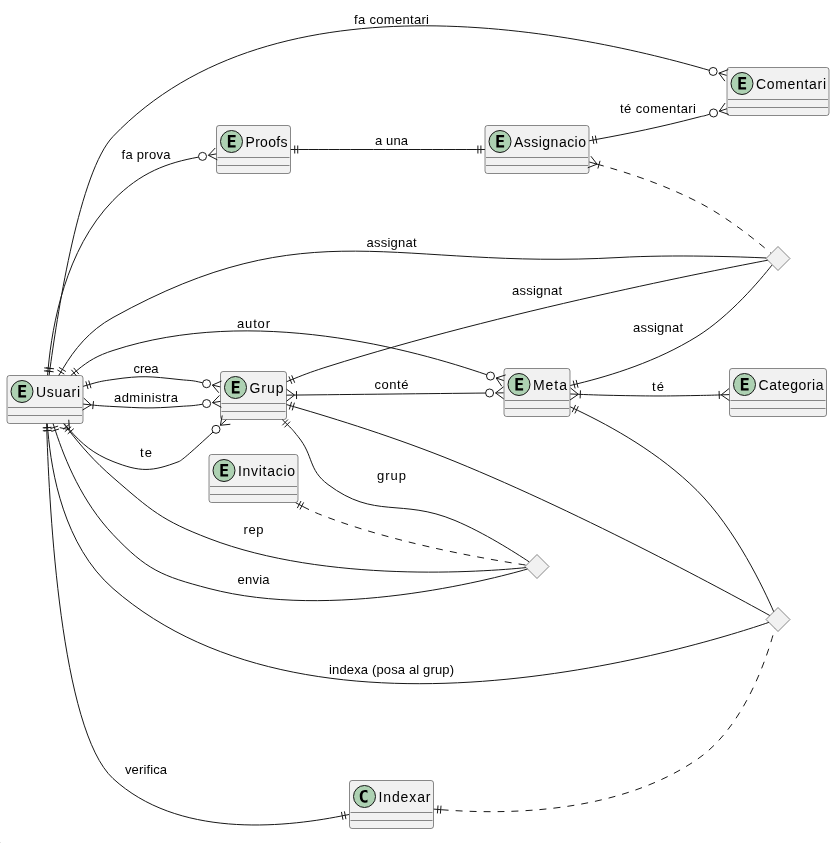
The PlantUML diagram img/diagrama-classes-3.png in aaroncano2006/metari, before a commit. Its source is kept beside it as diagrames/diagrama-classes-3.puml.
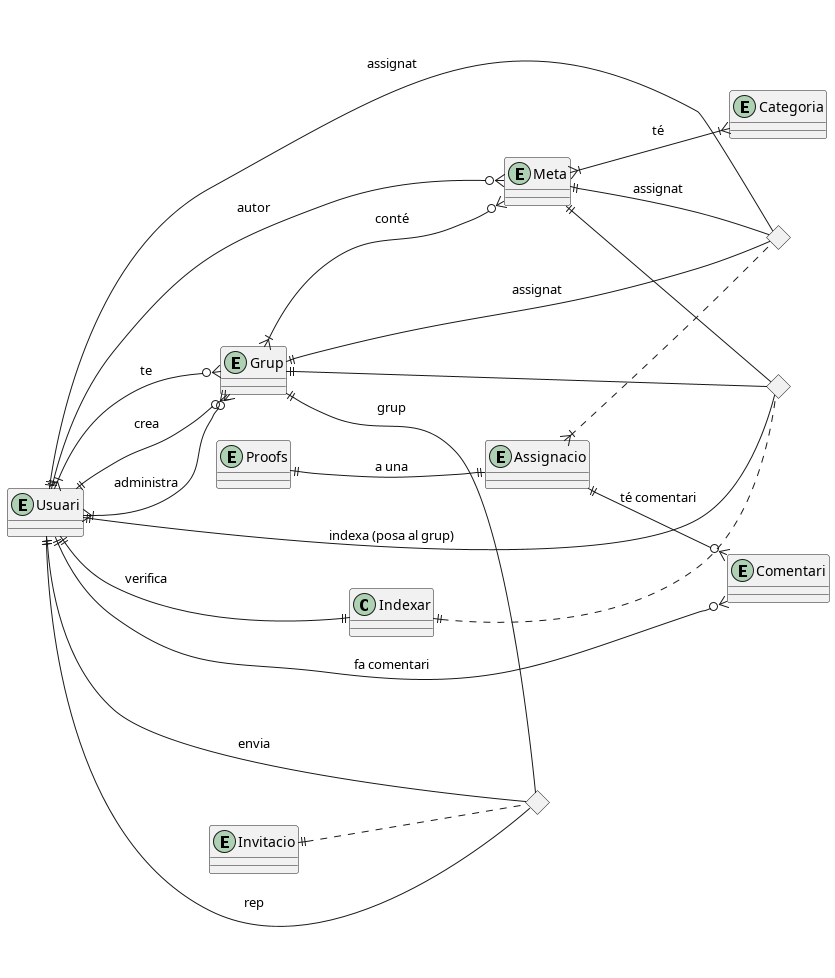
After the commit.

Commit message:
actualitzat diagrama de classes-3

What changed in the source:
```diff
@@ -23,7 +23,6 @@
 Usuari ||--o{ Meta : "autor"
 Usuari ||-- AssignacioRel : "assignat"
 Usuari ||--o{ Comentari : "fa comentari"
-Usuari ||--o{ Proofs : "fa prova"
 Usuari ||-- InvitacioRel : "rep"
 Usuari ||-- InvitacioRel : "envia"
 Usuari ||-- indexarRel : "indexa (posa al grup)"
```
